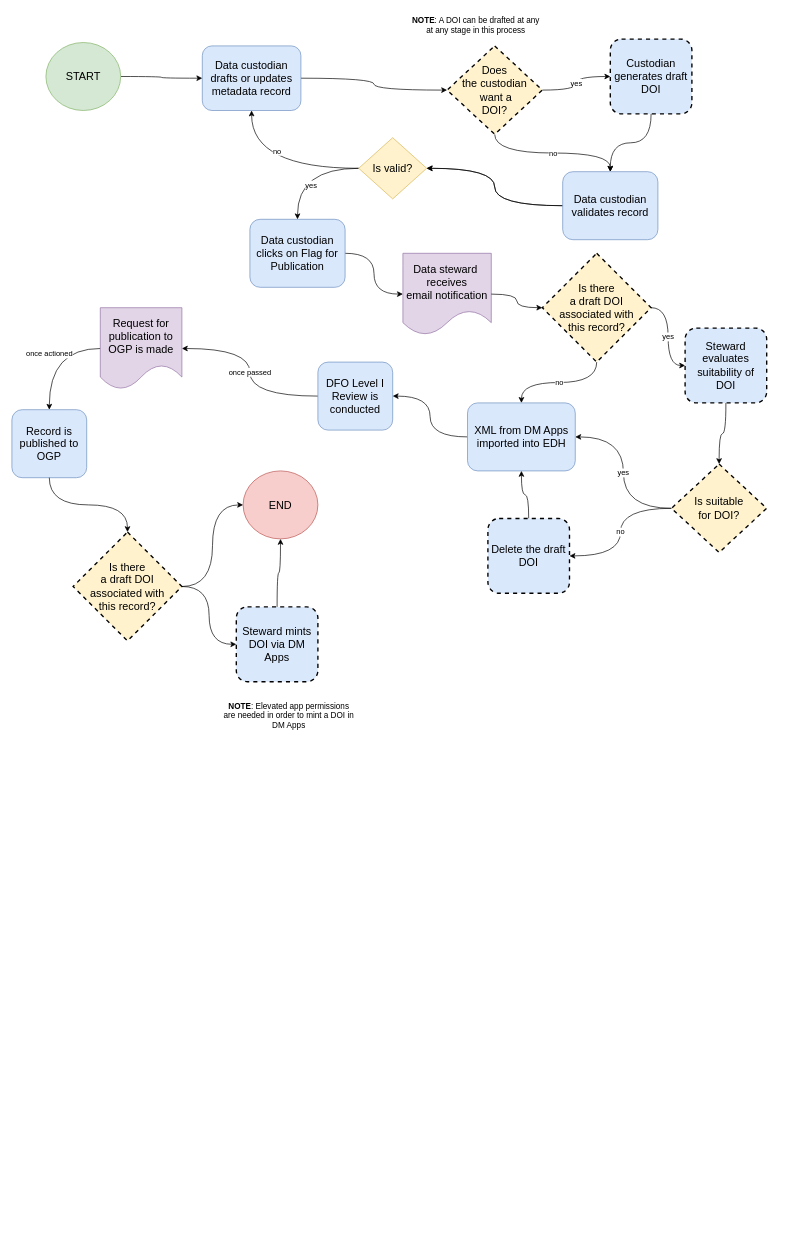
Above: page "Proposed" (3 of 3) of DOIs at DFO.drawio in davjfish/diagrams (draw.io), before the change. Source tidied: cells renumbered, new cells numbered last; positions are measured from the earlier drawing's top-left corner, leaving out a move shared by most shapes. Both pictures are drawn from the tidied source at 68%, with x=0, y=0 at pixel (12, 12).
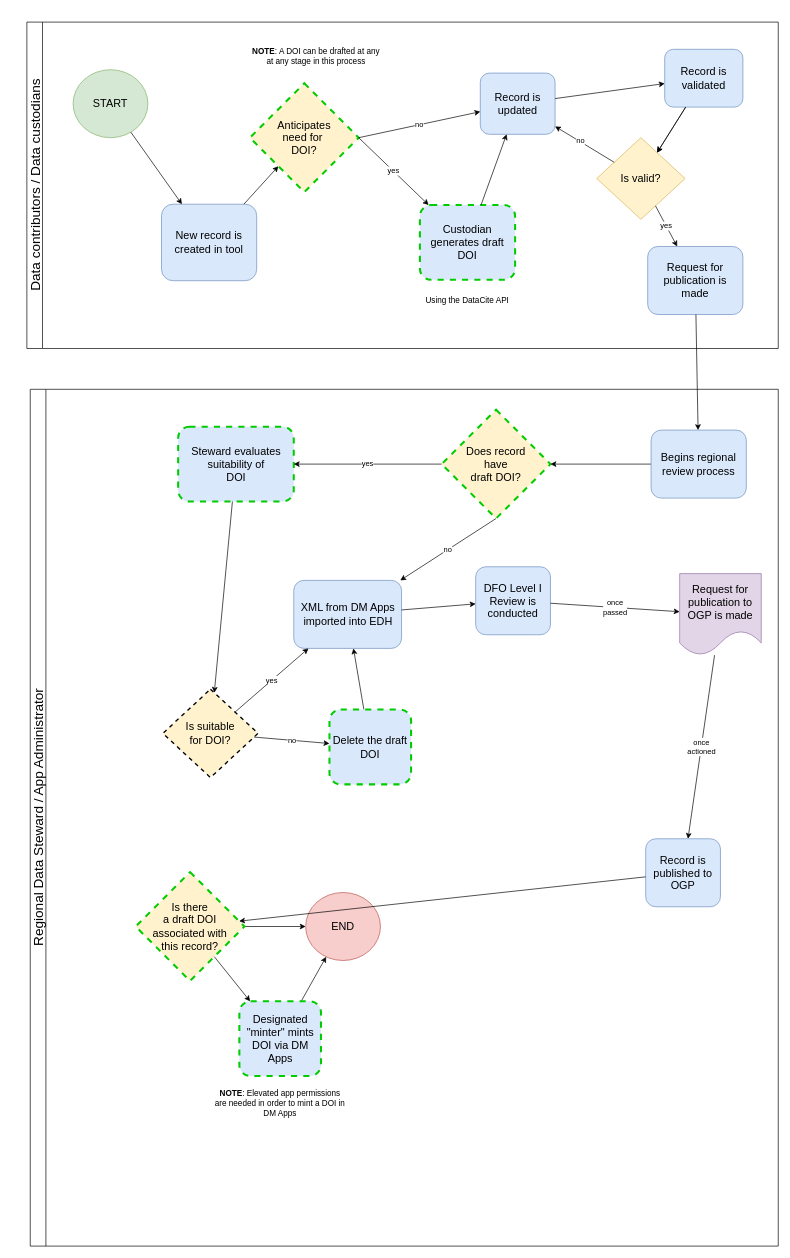
Above is the later version.

Change to the diagram source:
```diff
@@
+    <mxCell id="47" value="&lt;font style=&quot;font-size: 20px;&quot;&gt;Data contributors / D&lt;span style=&quot;border-color: var(--border-color);&quot;&gt;ata custodians&lt;/span&gt;&lt;/font&gt;" style="swimlane;horizontal=0;whiteSpace=wrap;html=1;fontStyle=0;labelBackgroundColor=none;" parent="1" vertex="1">
+      <mxGeometry x="22" y="15" width="1105" height="480" as="geometry" />
+    </mxCell>
+    <mxCell id="3" value="START" style="ellipse;whiteSpace=wrap;html=1;fontSize=16;fillColor=#d5e8d4;strokeColor=#82b366;" parent="47" vertex="1">
+      <mxGeometry x="68" y="70" width="110" height="100" as="geometry" />
+    </mxCell>
+    <mxCell id="5" value="New record is created in tool" style="rounded=1;whiteSpace=wrap;html=1;fontSize=16;fillColor=#dae8fc;strokeColor=#6c8ebf;" parent="47" vertex="1">
+      <mxGeometry x="198" y="267.8" width="140" height="112.5" as="geometry" />
+    </mxCell>
-    <mxCell id="2" style="rounded=0;jettySize=auto;html=1;fontSize=16;edgeStyle=orthogonalEdgeStyle;curved=1;" parent="1" edge="1" source="3" target="5">
+    <mxCell id="2" style="rounded=0;jettySize=auto;html=1;fontSize=12;" parent="47" edge="1" source="3" target="5">
       <mxGeometry relative="1" as="geometry" />
     </mxCell>
-    <mxCell id="3" value="START" style="ellipse;whiteSpace=wrap;html=1;fontSize=16;fillColor=#d5e8d4;strokeColor=#82b366;" parent="1" vertex="1">
-      <mxGeometry x="50" y="45" width="110" height="100" as="geometry" />
-    </mxCell>
-    <mxCell id="4" style="edgeStyle=orthogonalEdgeStyle;rounded=0;jettySize=auto;html=1;curved=1;" parent="1" edge="1" source="5" target="27">
-      <mxGeometry relative="1" as="geometry" />
-    </mxCell>
-    <mxCell id="5" value="Data custodian drafts or updates metadata record" style="rounded=1;whiteSpace=wrap;html=1;fontSize=16;fillColor=#dae8fc;strokeColor=#6c8ebf;" parent="1" vertex="1">
-      <mxGeometry x="280" y="50" width="145" height="95" as="geometry" />
-    </mxCell>
-    <mxCell id="6" value="Data steward&amp;nbsp; receives&lt;br&gt;email notification" style="shape=document;whiteSpace=wrap;html=1;boundedLbl=1;fontSize=16;fillColor=#e1d5e7;strokeColor=#9673a6;" parent="1" vertex="1">
-      <mxGeometry x="575" y="355" width="130" height="120" as="geometry" />
-    </mxCell>
-    <mxCell id="7" style="edgeStyle=orthogonalEdgeStyle;rounded=0;jettySize=auto;html=1;curved=1;" parent="1" edge="1" source="8" target="6">
-      <mxGeometry relative="1" as="geometry" />
-    </mxCell>
-    <mxCell id="8" value="Data custodian clicks on Flag for Publication" style="whiteSpace=wrap;html=1;rounded=1;fontSize=16;fillColor=#dae8fc;strokeColor=#6c8ebf;" parent="1" vertex="1">
-      <mxGeometry x="350" y="305" width="140" height="100" as="geometry" />
-    </mxCell>
+    <mxCell id="48" value="Anticipates&lt;br&gt;need for&amp;nbsp;&lt;br&gt;DOI?" style="rhombus;whiteSpace=wrap;html=1;fontSize=16;fillColor=#fff2cc;strokeColor=#00CC00;strokeWidth=3;dashed=1;" parent="47" vertex="1">
+      <mxGeometry x="328" y="90" width="160" height="160" as="geometry" />
+    </mxCell>
+    <mxCell id="49" style="rounded=0;jettySize=auto;html=1;" parent="47" edge="1" source="5" target="48">
+      <mxGeometry relative="1" as="geometry" />
+    </mxCell>
+    <mxCell id="24" value="Custodian generates draft DOI" style="whiteSpace=wrap;html=1;rounded=1;fontSize=16;fillColor=#dae8fc;strokeColor=#00CC00;dashed=1;strokeWidth=3;" parent="47" vertex="1">
+      <mxGeometry x="578" y="269" width="140" height="110" as="geometry" />
+    </mxCell>
+    <mxCell id="26" value="yes" style="rounded=0;jettySize=auto;html=1;exitX=1;exitY=0.5;exitDx=0;exitDy=0;" parent="47" edge="1" source="48" target="24">
+      <mxGeometry relative="1" as="geometry" />
+    </mxCell>
+    <mxCell id="50" value="Record is &lt;br&gt;updated" style="rounded=1;whiteSpace=wrap;html=1;fontSize=16;fillColor=#dae8fc;strokeColor=#6c8ebf;" parent="47" vertex="1">
+      <mxGeometry x="666.8" y="75" width="110" height="90" as="geometry" />
+    </mxCell>
+    <mxCell id="25" value="no" style="rounded=0;jettySize=auto;html=1;exitX=1;exitY=0.5;exitDx=0;exitDy=0;" parent="47" edge="1" source="48" target="50">
+      <mxGeometry relative="1" as="geometry" />
+    </mxCell>
+    <mxCell id="51" style="rounded=0;jettySize=auto;html=1;" parent="47" edge="1" source="24" target="50">
+      <mxGeometry relative="1" as="geometry" />
+    </mxCell>
+    <mxCell id="14" value="Is valid?" style="rhombus;whiteSpace=wrap;html=1;fontSize=16;fillColor=#fff2cc;strokeColor=#d6b656;" parent="47" vertex="1">
+      <mxGeometry x="838" y="170" width="130" height="120" as="geometry" />
+    </mxCell>
+    <mxCell id="12" value="no" style="rounded=0;jettySize=auto;html=1;" parent="47" edge="1" source="14" target="50">
+      <mxGeometry x="0.15" y="-1" relative="1" as="geometry" />
+    </mxCell>
+    <mxCell id="52" value="Using the DataCite API" style="text;html=1;align=center;verticalAlign=middle;whiteSpace=wrap;rounded=0;rotation=0;" parent="47" vertex="1">
+      <mxGeometry x="544.2" y="390" width="207.5" height="40" as="geometry" />
+    </mxCell>
+    <mxCell id="28" value="&lt;b&gt;NOTE&lt;/b&gt;: A DOI can be drafted at any at any stage in this process" style="text;html=1;align=center;verticalAlign=middle;whiteSpace=wrap;rounded=0;" parent="47" vertex="1">
+      <mxGeometry x="328" y="30" width="195" height="40" as="geometry" />
+    </mxCell>
+    <mxCell id="11" value="Record is&lt;br style=&quot;border-color: var(--border-color);&quot;&gt;validated" style="rounded=1;whiteSpace=wrap;html=1;fontSize=16;fillColor=#dae8fc;strokeColor=#6c8ebf;" parent="47" vertex="1">
+      <mxGeometry x="938" y="40" width="115" height="85" as="geometry" />
+    </mxCell>
-    <mxCell id="9" style="edgeStyle=orthogonalEdgeStyle;rounded=0;jettySize=auto;html=1;curved=1;" parent="1" edge="1" source="11" target="14">
+    <mxCell id="9" style="rounded=0;jettySize=auto;html=1;" parent="47" edge="1" source="11" target="14">
       <mxGeometry relative="1" as="geometry" />
     </mxCell>
-    <mxCell id="10" style="edgeStyle=orthogonalEdgeStyle;rounded=0;jettySize=auto;html=1;curved=1;" parent="1" edge="1" source="11" target="14">
+    <mxCell id="10" style="rounded=0;jettySize=auto;html=1;" parent="47" edge="1" source="11" target="14">
       <mxGeometry relative="1" as="geometry" />
     </mxCell>
-    <mxCell id="11" value="Data custodian validates record" style="rounded=1;whiteSpace=wrap;html=1;fontSize=16;fillColor=#dae8fc;strokeColor=#6c8ebf;" parent="1" vertex="1">
-      <mxGeometry x="810" y="235" width="140" height="100" as="geometry" />
-    </mxCell>
-    <mxCell id="12" value="no" style="edgeStyle=orthogonalEdgeStyle;rounded=0;jettySize=auto;html=1;curved=1;" parent="1" edge="1" source="14" target="5">
-      <mxGeometry x="-0.01" y="-25" relative="1" as="geometry" />
-    </mxCell>
+    <mxCell id="4" style="rounded=0;jettySize=auto;html=1;" parent="47" edge="1" source="50" target="11">
+      <mxGeometry relative="1" as="geometry" />
+    </mxCell>
+    <mxCell id="8" value="Request for publication is &lt;br&gt;made" style="whiteSpace=wrap;html=1;rounded=1;fontSize=16;fillColor=#dae8fc;strokeColor=#6c8ebf;" parent="47" vertex="1">
+      <mxGeometry x="913" y="330" width="140" height="100" as="geometry" />
+    </mxCell>
-    <mxCell id="13" value="yes" style="edgeStyle=orthogonalEdgeStyle;rounded=0;jettySize=auto;html=1;curved=1;" parent="1" edge="1" source="14" target="8">
-      <mxGeometry x="0.39" y="20" relative="1" as="geometry" />
+    <mxCell id="13" value="yes" style="rounded=0;jettySize=auto;html=1;" parent="47" edge="1" source="14" target="8">
+      <mxGeometry relative="1" as="geometry" />
     </mxCell>
-    <mxCell id="14" value="Is valid?" style="rhombus;whiteSpace=wrap;html=1;fontSize=16;fillColor=#fff2cc;strokeColor=#d6b656;" parent="1" vertex="1">
-      <mxGeometry x="510" y="185" width="100" height="90" as="geometry" />
-    </mxCell>
+    <mxCell id="53" value="&lt;font style=&quot;font-weight: normal; font-size: 20px;&quot;&gt;Regional Data Steward / App Administrator&lt;/font&gt;" style="swimlane;horizontal=0;whiteSpace=wrap;html=1;" parent="1" vertex="1">
+      <mxGeometry x="27" y="555" width="1100" height="1260" as="geometry" />
+    </mxCell>
+    <mxCell id="16" value="XML from DM Apps imported into EDH" style="whiteSpace=wrap;html=1;rounded=1;fontSize=16;fillColor=#dae8fc;strokeColor=#6c8ebf;" parent="53" vertex="1">
+      <mxGeometry x="387.5" y="281" width="158.5" height="100" as="geometry" />
+    </mxCell>
+    <mxCell id="18" value="DFO Level I Review is conducted" style="whiteSpace=wrap;html=1;rounded=1;fontSize=16;fillColor=#dae8fc;strokeColor=#6c8ebf;" parent="53" vertex="1">
+      <mxGeometry x="655" y="261" width="110" height="100" as="geometry" />
+    </mxCell>
-    <mxCell id="15" style="edgeStyle=orthogonalEdgeStyle;rounded=0;jettySize=auto;html=1;curved=1;" parent="1" edge="1" source="16" target="18">
+    <mxCell id="15" style="rounded=0;jettySize=auto;html=1;" parent="53" edge="1" source="16" target="18">
       <mxGeometry relative="1" as="geometry" />
     </mxCell>
-    <mxCell id="16" value="XML from DM Apps imported into EDH" style="whiteSpace=wrap;html=1;rounded=1;fontSize=16;fillColor=#dae8fc;strokeColor=#6c8ebf;" parent="1" vertex="1">
-      <mxGeometry x="670" y="575" width="158.5" height="100" as="geometry" />
-    </mxCell>
-    <mxCell id="17" value="once passed" style="edgeStyle=orthogonalEdgeStyle;rounded=0;jettySize=auto;html=1;curved=1;" parent="1" edge="1" source="18" target="22">
-      <mxGeometry relative="1" as="geometry" />
-    </mxCell>
-    <mxCell id="18" value="DFO Level I Review is conducted" style="whiteSpace=wrap;html=1;rounded=1;fontSize=16;fillColor=#dae8fc;strokeColor=#6c8ebf;" parent="1" vertex="1">
-      <mxGeometry x="450" y="515" width="110" height="100" as="geometry" />
-    </mxCell>
-    <mxCell id="19" value="once actioned" style="edgeStyle=orthogonalEdgeStyle;rounded=0;jettySize=auto;html=1;curved=1;" parent="1" edge="1" source="22" target="20">
-      <mxGeometry relative="1" as="geometry" />
-    </mxCell>
-    <mxCell id="20" value="Record is published to OGP" style="whiteSpace=wrap;html=1;rounded=1;fontSize=16;fillColor=#dae8fc;strokeColor=#6c8ebf;" parent="1" vertex="1">
-      <mxGeometry y="585" width="110" height="100" as="geometry" />
+    <mxCell id="20" value="Record is published to OGP" style="whiteSpace=wrap;html=1;rounded=1;fontSize=16;fillColor=#dae8fc;strokeColor=#6c8ebf;" parent="53" vertex="1">
+      <mxGeometry x="905" y="661" width="110" height="100" as="geometry" />
     </mxCell>
-    <mxCell id="21" value="END" style="ellipse;whiteSpace=wrap;html=1;fontSize=16;fillColor=#f8cecc;strokeColor=#b85450;" parent="1" vertex="1">
-      <mxGeometry x="340" y="675" width="110" height="100" as="geometry" />
+    <mxCell id="21" value="END" style="ellipse;whiteSpace=wrap;html=1;fontSize=16;fillColor=#f8cecc;strokeColor=#b85450;" parent="53" vertex="1">
+      <mxGeometry x="405" y="740" width="110" height="100" as="geometry" />
     </mxCell>
-    <mxCell id="22" value="Request for publication to OGP is made" style="shape=document;whiteSpace=wrap;html=1;boundedLbl=1;fontSize=16;fillColor=#e1d5e7;strokeColor=#9673a6;" parent="1" vertex="1">
-      <mxGeometry x="130" y="435" width="120" height="120" as="geometry" />
+    <mxCell id="22" value="Request for publication to OGP is made" style="shape=document;whiteSpace=wrap;html=1;boundedLbl=1;fontSize=16;fillColor=#e1d5e7;strokeColor=#9673a6;" parent="53" vertex="1">
+      <mxGeometry x="955" y="271" width="120" height="120" as="geometry" />
     </mxCell>
-    <mxCell id="23" style="edgeStyle=orthogonalEdgeStyle;rounded=0;jettySize=auto;html=1;curved=1;" parent="1" edge="1" source="24" target="11">
-      <mxGeometry relative="1" as="geometry" />
-    </mxCell>
-    <mxCell id="24" value="Custodian generates draft DOI" style="whiteSpace=wrap;html=1;rounded=1;fontSize=16;fillColor=#dae8fc;strokeColor=#000000;dashed=1;strokeWidth=2;" parent="1" vertex="1">
-      <mxGeometry x="880" y="40" width="120" height="110" as="geometry" />
-    </mxCell>
-    <mxCell id="25" value="no" style="edgeStyle=orthogonalEdgeStyle;rounded=0;jettySize=auto;html=1;exitX=0.5;exitY=1;exitDx=0;exitDy=0;curved=1;" parent="1" edge="1" source="27" target="11">
-      <mxGeometry relative="1" as="geometry" />
-    </mxCell>
-    <mxCell id="26" value="yes" style="edgeStyle=orthogonalEdgeStyle;rounded=0;jettySize=auto;html=1;curved=1;" parent="1" edge="1" source="27" target="24">
-      <mxGeometry relative="1" as="geometry" />
-    </mxCell>
-    <mxCell id="27" value="Does &lt;br&gt;the custodian&lt;br&gt;&amp;nbsp;want a &lt;br&gt;DOI?" style="rhombus;whiteSpace=wrap;html=1;fontSize=16;fillColor=#fff2cc;strokeColor=#000000;strokeWidth=2;dashed=1;" parent="1" vertex="1">
-      <mxGeometry x="640" y="50" width="140" height="130" as="geometry" />
-    </mxCell>
-    <mxCell id="28" value="&lt;b&gt;NOTE&lt;/b&gt;: A DOI can be drafted at any at any stage in this process" style="text;html=1;align=center;verticalAlign=middle;whiteSpace=wrap;rounded=0;" parent="1" vertex="1">
-      <mxGeometry x="585" width="195" height="40" as="geometry" />
-    </mxCell>
-    <mxCell id="29" value="yes" style="edgeStyle=orthogonalEdgeStyle;rounded=0;jettySize=auto;html=1;curved=1;" parent="1" edge="1" source="46" target="31">
-      <mxGeometry relative="1" as="geometry" />
-    </mxCell>
-    <mxCell id="30" style="edgeStyle=orthogonalEdgeStyle;rounded=0;jettySize=auto;html=1;curved=1;" parent="1" edge="1" source="31" target="34">
-      <mxGeometry relative="1" as="geometry" />
-    </mxCell>
+    <mxCell id="17" value="once &lt;br&gt;passed" style="rounded=0;jettySize=auto;html=1;" parent="53" edge="1" source="18" target="22">
+      <mxGeometry relative="1" as="geometry" />
+    </mxCell>
+    <mxCell id="19" value="once &lt;br&gt;actioned" style="rounded=0;jettySize=auto;html=1;" parent="53" edge="1" source="22" target="20">
+      <mxGeometry relative="1" as="geometry" />
+    </mxCell>
-    <mxCell id="31" value="Steward evaluates suitability of &lt;br&gt;DOI" style="whiteSpace=wrap;html=1;rounded=1;fontSize=16;fillColor=#dae8fc;strokeColor=#000000;dashed=1;strokeWidth=2;" parent="1" vertex="1">
-      <mxGeometry x="990" y="465" width="120" height="110" as="geometry" />
+    <mxCell id="31" value="Steward evaluates suitability of &lt;br&gt;DOI" style="whiteSpace=wrap;html=1;rounded=1;fontSize=16;fillColor=#dae8fc;strokeColor=#00CC00;dashed=1;strokeWidth=3;" parent="53" vertex="1">
+      <mxGeometry x="217.5" y="55" width="170" height="110" as="geometry" />
     </mxCell>
-    <mxCell id="32" value="no" style="edgeStyle=orthogonalEdgeStyle;rounded=0;jettySize=auto;html=1;curved=1;" parent="1" edge="1" source="34" target="36">
-      <mxGeometry relative="1" as="geometry" />
-    </mxCell>
-    <mxCell id="33" value="yes" style="edgeStyle=orthogonalEdgeStyle;rounded=0;jettySize=auto;html=1;curved=1;" parent="1" edge="1" source="34" target="16">
+    <mxCell id="33" value="yes" style="rounded=0;jettySize=auto;html=1;" parent="53" edge="1" source="34" target="16">
       <mxGeometry relative="1" as="geometry" />
     </mxCell>
-    <mxCell id="34" value="Is suitable &lt;br&gt;for DOI?" style="rhombus;whiteSpace=wrap;html=1;fontSize=16;fillColor=#fff2cc;strokeColor=#000000;strokeWidth=2;dashed=1;" parent="1" vertex="1">
-      <mxGeometry x="970" y="665" width="140" height="130" as="geometry" />
+    <mxCell id="34" value="Is suitable &lt;br&gt;for DOI?" style="rhombus;whiteSpace=wrap;html=1;fontSize=16;fillColor=#fff2cc;strokeColor=#000000;strokeWidth=2;dashed=1;" parent="53" vertex="1">
+      <mxGeometry x="195" y="441" width="140" height="130" as="geometry" />
     </mxCell>
+    <mxCell id="30" style="rounded=0;jettySize=auto;html=1;" parent="53" edge="1" source="31" target="34">
+      <mxGeometry relative="1" as="geometry" />
+    </mxCell>
-    <mxCell id="35" style="edgeStyle=orthogonalEdgeStyle;rounded=0;jettySize=auto;html=1;curved=1;" parent="1" edge="1" source="36" target="16">
+    <mxCell id="35" style="rounded=0;jettySize=auto;html=1;" parent="53" edge="1" source="36" target="16">
       <mxGeometry relative="1" as="geometry" />
     </mxCell>
-    <mxCell id="36" value="Delete the draft DOI" style="whiteSpace=wrap;html=1;rounded=1;fontSize=16;fillColor=#dae8fc;strokeColor=#000000;dashed=1;strokeWidth=2;" parent="1" vertex="1">
-      <mxGeometry x="700" y="745" width="120" height="110" as="geometry" />
+    <mxCell id="36" value="Delete the draft DOI" style="whiteSpace=wrap;html=1;rounded=1;fontSize=16;fillColor=#dae8fc;strokeColor=#00CC00;dashed=1;strokeWidth=3;" parent="53" vertex="1">
+      <mxGeometry x="440" y="471" width="120" height="110" as="geometry" />
     </mxCell>
+    <mxCell id="32" value="no" style="rounded=0;jettySize=auto;html=1;" parent="53" edge="1" source="34" target="36">
+      <mxGeometry relative="1" as="geometry" />
+    </mxCell>
-    <mxCell id="37" style="edgeStyle=orthogonalEdgeStyle;rounded=0;jettySize=auto;html=1;curved=1;" parent="1" edge="1" source="40" target="21">
+    <mxCell id="37" style="rounded=0;jettySize=auto;html=1;" parent="53" edge="1" source="40" target="21">
       <mxGeometry relative="1" as="geometry" />
     </mxCell>
-    <mxCell id="38" style="edgeStyle=orthogonalEdgeStyle;rounded=0;jettySize=auto;html=1;curved=1;" parent="1" edge="1" source="20" target="40">
+    <mxCell id="38" style="rounded=0;jettySize=auto;html=1;" parent="53" edge="1" source="20" target="40">
       <mxGeometry relative="1" as="geometry" />
     </mxCell>
-    <mxCell id="39" style="edgeStyle=orthogonalEdgeStyle;rounded=0;jettySize=auto;html=1;curved=1;" parent="1" edge="1" source="40" target="42">
-      <mxGeometry relative="1" as="geometry" />
-    </mxCell>
-    <mxCell id="40" value="Is there &lt;br&gt;a draft DOI associated with &lt;br&gt;this record?" style="rhombus;whiteSpace=wrap;html=1;fontSize=16;fillColor=#fff2cc;strokeColor=#000000;strokeWidth=2;dashed=1;" parent="1" vertex="1">
-      <mxGeometry x="90" y="765" width="160" height="160" as="geometry" />
+    <mxCell id="40" value="Is there &lt;br&gt;a draft DOI associated with &lt;br&gt;this record?" style="rhombus;whiteSpace=wrap;html=1;fontSize=16;fillColor=#fff2cc;strokeColor=#00CC00;strokeWidth=3;dashed=1;" parent="53" vertex="1">
+      <mxGeometry x="155" y="710" width="160" height="160" as="geometry" />
     </mxCell>
-    <mxCell id="41" style="edgeStyle=orthogonalEdgeStyle;rounded=0;jettySize=auto;html=1;curved=1;" parent="1" edge="1" source="42" target="21">
+    <mxCell id="41" style="rounded=0;jettySize=auto;html=1;" parent="53" edge="1" source="42" target="21">
       <mxGeometry relative="1" as="geometry" />
     </mxCell>
-    <mxCell id="42" value="Steward mints DOI via DM Apps" style="whiteSpace=wrap;html=1;rounded=1;fontSize=16;fillColor=#dae8fc;strokeColor=#000000;dashed=1;strokeWidth=2;" parent="1" vertex="1">
-      <mxGeometry x="330" y="875" width="120" height="110" as="geometry" />
+    <mxCell id="42" value="Designated &quot;minter&quot; mints DOI via DM Apps" style="whiteSpace=wrap;html=1;rounded=1;fontSize=16;fillColor=#dae8fc;strokeColor=#00CC00;dashed=1;strokeWidth=3;" parent="53" vertex="1">
+      <mxGeometry x="307.5" y="900" width="120" height="110" as="geometry" />
     </mxCell>
+    <mxCell id="39" style="rounded=0;jettySize=auto;html=1;" parent="53" edge="1" source="40" target="42">
+      <mxGeometry relative="1" as="geometry" />
+    </mxCell>
-    <mxCell id="43" value="&lt;b&gt;NOTE&lt;/b&gt;: Elevated app permissions are needed in order to mint a DOI in DM Apps" style="text;html=1;align=center;verticalAlign=middle;whiteSpace=wrap;rounded=0;" parent="1" vertex="1">
-      <mxGeometry x="310" y="1015" width="195" height="40" as="geometry" />
+    <mxCell id="43" value="&lt;b&gt;NOTE&lt;/b&gt;: Elevated app permissions are needed in order to mint a DOI in DM Apps" style="text;html=1;align=center;verticalAlign=middle;whiteSpace=wrap;rounded=0;" parent="53" vertex="1">
+      <mxGeometry x="270" y="1030" width="195" height="40" as="geometry" />
     </mxCell>
-    <mxCell id="44" style="edgeStyle=orthogonalEdgeStyle;rounded=0;jettySize=auto;html=1;curved=1;" parent="1" edge="1" source="6" target="46">
-      <mxGeometry relative="1" as="geometry" />
-    </mxCell>
-    <mxCell id="45" value="no" style="edgeStyle=orthogonalEdgeStyle;rounded=0;jettySize=auto;html=1;curved=1;" parent="1" edge="1" source="46" target="16">
+    <mxCell id="45" value="no" style="rounded=0;jettySize=auto;html=1;exitX=0.5;exitY=1;exitDx=0;exitDy=0;" parent="53" edge="1" source="46" target="16">
       <mxGeometry relative="1" as="geometry" />
     </mxCell>
-    <mxCell id="46" value="Is there &lt;br&gt;a draft DOI associated with &lt;br&gt;this record?" style="rhombus;whiteSpace=wrap;html=1;fontSize=16;fillColor=#fff2cc;strokeColor=#000000;strokeWidth=2;dashed=1;" parent="1" vertex="1">
-      <mxGeometry x="780" y="355" width="160" height="160" as="geometry" />
+    <mxCell id="46" value="Does record &lt;br&gt;have&lt;br&gt;draft DOI?" style="rhombus;whiteSpace=wrap;html=1;fontSize=16;fillColor=#fff2cc;strokeColor=#00CC00;strokeWidth=3;dashed=1;" parent="53" vertex="1">
+      <mxGeometry x="605" y="30" width="160" height="160" as="geometry" />
     </mxCell>
+    <mxCell id="29" value="yes" style="rounded=0;jettySize=auto;html=1;" parent="53" edge="1" source="46" target="31">
+      <mxGeometry relative="1" as="geometry" />
+    </mxCell>
+    <mxCell id="54" style="rounded=0;jettySize=auto;html=1;entryX=1;entryY=0.5;entryDx=0;entryDy=0;" parent="53" edge="1" source="55" target="46">
+      <mxGeometry relative="1" as="geometry" />
+    </mxCell>
+    <mxCell id="55" value="Begins regional review process" style="whiteSpace=wrap;html=1;rounded=1;fontSize=16;fillColor=#dae8fc;strokeColor=#6c8ebf;" parent="53" vertex="1">
+      <mxGeometry x="913" y="60" width="140" height="100" as="geometry" />
+    </mxCell>
+    <mxCell id="56" style="rounded=0;jettySize=auto;html=1;" parent="1" edge="1" source="8" target="55">
+      <mxGeometry relative="1" as="geometry" />
+    </mxCell>
```
